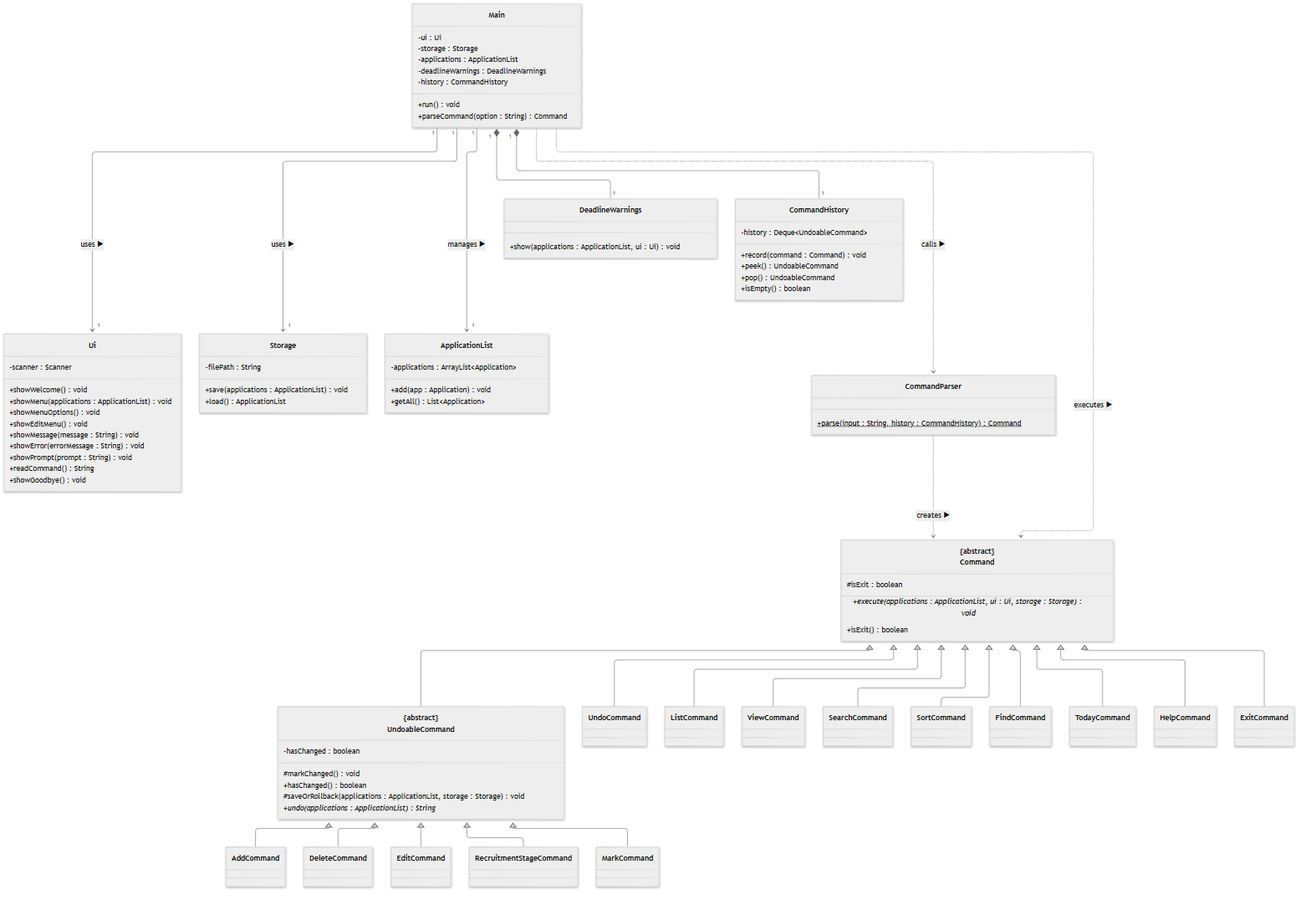
Above: docs/diagrams/overall-architecture-class.png in AY2627S1-CS2113-T10-2/tp (Mermaid), before the change. Its source is kept beside it as docs/diagrams/sources/overall-architecture-class.mmd.
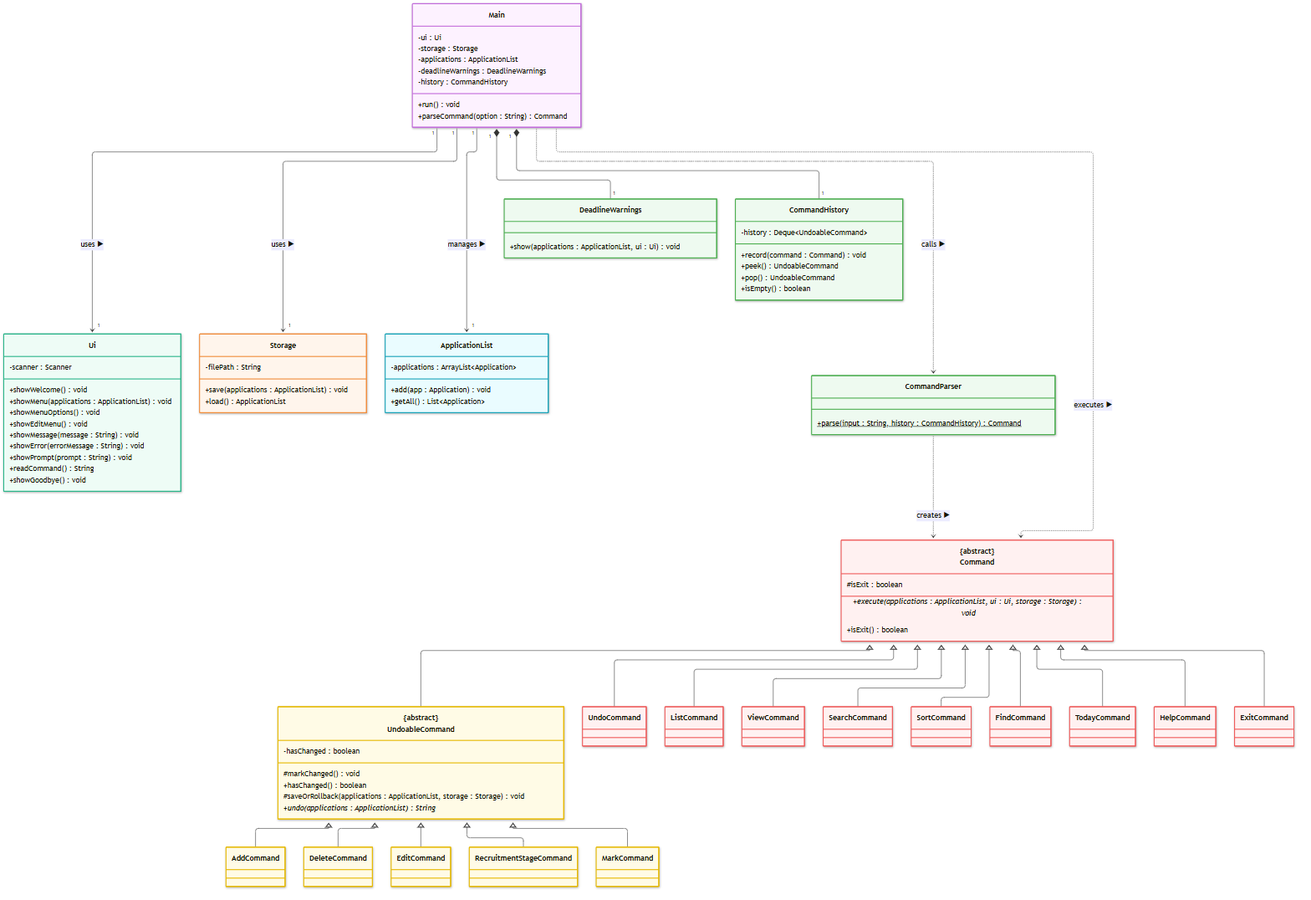
Later version of the same file.

What changed in the source:
```diff
@@ -1,7 +1,7 @@
-%%{init: {'theme': 'neutral'}}%%
+%%{init: {'theme': 'default'}}%%
 classDiagram
     direction TB
-    class Main {
+    class Main:::ctrl {
         -ui : Ui
         -storage : Storage
         -applications : ApplicationList
@@ -10,7 +10,7 @@
         +run() void
         +parseCommand(option : String) Command
     }
-    class Ui {
+    class Ui:::io {
         -scanner : Scanner
         +showWelcome() void
         +showMenu(applications : ApplicationList) void
@@ -22,35 +22,35 @@
         +readCommand() String
         +showGoodbye() void
     }
-    class Storage {
+    class Storage:::store {
         -filePath : String
         +save(applications : ApplicationList) void
         +load() ApplicationList
     }
-    class ApplicationList {
+    class ApplicationList:::model {
         -applications : ArrayList~Application~
         +add(app : Application) void
         +getAll() List~Application~
     }
-    class DeadlineWarnings {
+    class DeadlineWarnings:::util {
         +show(applications : ApplicationList, ui : Ui) void
     }
-    class CommandParser {
+    class CommandParser:::util {
         +parse(input : String, history : CommandHistory)$ Command
     }
-    class CommandHistory {
+    class CommandHistory:::util {
         -history : Deque~UndoableCommand~
         +record(command : Command) void
         +peek() UndoableCommand
         +pop() UndoableCommand
         +isEmpty() boolean
     }
-    class Command["{abstract}<br/>Command"] {
+    class Command["{abstract}<br/>Command"]:::cmd {
         #isExit : boolean
         +execute(applications : ApplicationList, ui : Ui, storage : Storage)* void
         +isExit() boolean
     }
-    class UndoableCommand["{abstract}<br/>UndoableCommand"] {
+    class UndoableCommand["{abstract}<br/>UndoableCommand"]:::undoable {
         -hasChanged : boolean
         #markChanged() void
         +hasChanged() boolean
@@ -80,3 +80,25 @@
     Command <|-- TodayCommand
     Command <|-- HelpCommand
     Command <|-- ExitCommand
+    class AddCommand:::undoable
+    class DeleteCommand:::undoable
+    class EditCommand:::undoable
+    class RecruitmentStageCommand:::undoable
+    class MarkCommand:::undoable
+    class ListCommand:::cmd
+    class ViewCommand:::cmd
+    class SearchCommand:::cmd
+    class SortCommand:::cmd
+    class FindCommand:::cmd
+    class TodayCommand:::cmd
+    class HelpCommand:::cmd
+    class ExitCommand:::cmd
+    class UndoCommand:::cmd
+    classDef ctrl fill:#fdf2ff,stroke:#c26bdb,stroke-width:2px
+    classDef io fill:#eefcf6,stroke:#2bb58a,stroke-width:2px
+    classDef store fill:#fff5ec,stroke:#f08c3a,stroke-width:2px
+    classDef model fill:#eafcff,stroke:#17a2b8,stroke-width:2px
+    classDef enum fill:#f1ecff,stroke:#8e6bd8,stroke-width:2px
+    classDef cmd fill:#fff1f1,stroke:#ef5b5b,stroke-width:2px
+    classDef undoable fill:#fffbe6,stroke:#e6b800,stroke-width:2px
+    classDef util fill:#eefaf0,stroke:#4caf50,stroke-width:2px
```
